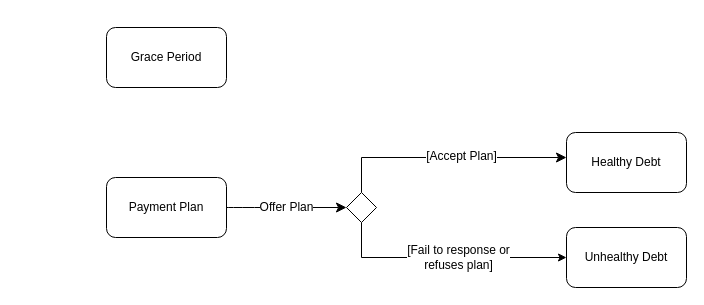
Before: page "Page-2" (2 of 2) of workshop6_week7.drawio in antonykimuom/SWEN30006-2025-SM1-workshop1-tuew05-14-00-team-12, a draw.io diagram. Source tidied: cells renumbered, new cells numbered last; positions are measured from the earlier drawing's top-left corner, leaving out a move shared by most shapes. Both pictures are drawn from the tidied source at 100%, with x=0, y=0 at pixel (106, 27).
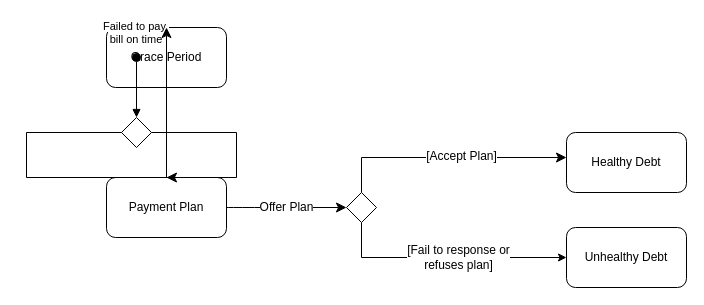
The same page after the edit.

Commit message:
tried adding stuff for grace period

Unchanged cells that the change refers to:
```xml
<mxCell id="3" value="Payment Plan" style="rounded=1;whiteSpace=wrap;html=1;" parent="1" vertex="1">
  <mxGeometry y="150" width="120" height="60" as="geometry" />
</mxCell>
<mxCell id="9" value="Grace Period" style="rounded=1;whiteSpace=wrap;html=1;" parent="1" vertex="1">
  <mxGeometry width="120" height="60" as="geometry" />
</mxCell>
```

Diff of the diagram source:
```diff
@@
+    <mxCell id="12" value="&lt;div&gt;&lt;br&gt;&lt;/div&gt;&lt;div&gt;&lt;br&gt;&lt;/div&gt;" style="html=1;verticalAlign=bottom;startArrow=oval;startFill=1;endArrow=block;startSize=8;curved=0;rounded=0;" parent="1" edge="1">
+      <mxGeometry relative="1" as="geometry">
+        <mxPoint x="30" y="30" as="sourcePoint" />
+        <mxPoint x="30" y="90" as="targetPoint" />
+      </mxGeometry>
+    </mxCell>
+    <mxCell id="13" value="&lt;span style=&quot;font-size: 11px; text-wrap-mode: nowrap; background-color: rgb(255, 255, 255);&quot;&gt;Failed to pay&amp;nbsp;&lt;/span&gt;&lt;div style=&quot;font-size: 11px; text-wrap-mode: nowrap;&quot;&gt;bill on time&lt;/div&gt;" style="text;html=1;align=center;verticalAlign=middle;whiteSpace=wrap;rounded=0;" parent="1" vertex="1">
+      <mxGeometry y="-10" width="60" height="30" as="geometry" />
+    </mxCell>
+    <mxCell id="14" style="rhombus;whiteSpace=wrap;html=1;" parent="1" vertex="1">
+      <mxGeometry x="15" y="90" width="30" height="30" as="geometry" />
+    </mxCell>
+    <mxCell id="15" style="edgeStyle=orthogonalEdgeStyle;rounded=0;jettySize=auto;html=1;fontSize=12;startSize=8;endSize=8;exitX=1;exitY=0.5;exitDx=0;exitDy=0;entryX=0.5;entryY=0;entryDx=0;entryDy=0;" parent="1" edge="1" source="14" target="3">
+      <mxGeometry relative="1" as="geometry">
+        <Array as="points">
+          <mxPoint x="130" y="105" />
+        </Array>
+      </mxGeometry>
+    </mxCell>
+    <mxCell id="16" style="edgeStyle=orthogonalEdgeStyle;rounded=0;jettySize=auto;html=1;fontSize=12;startSize=8;endSize=8;exitX=0;exitY=0.5;exitDx=0;exitDy=0;entryX=0.5;entryY=0;entryDx=0;entryDy=0;" parent="1" edge="1" source="14" target="9">
+      <mxGeometry relative="1" as="geometry">
+        <Array as="points">
+          <mxPoint x="-80" y="105" />
+          <mxPoint x="-80" y="150" />
+        </Array>
+      </mxGeometry>
+    </mxCell>
```
